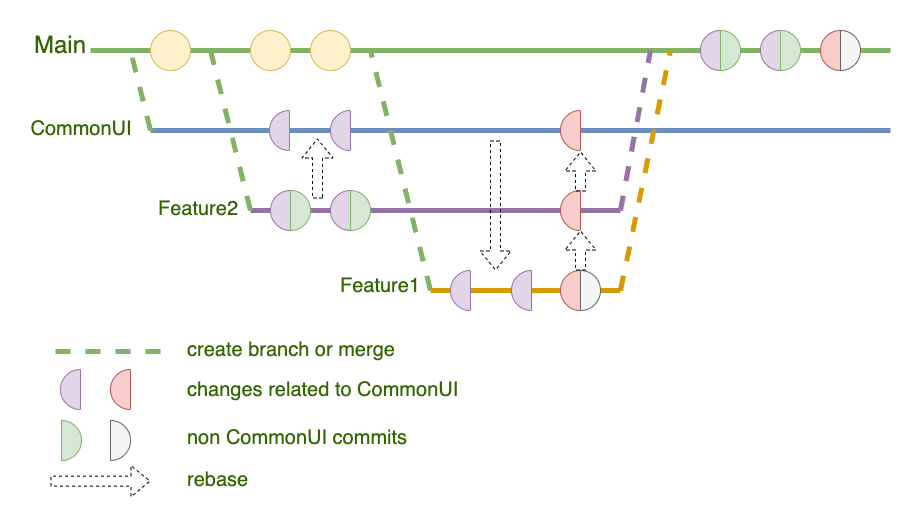
The draw.io diagram assets/images/common-flow-scheme.png in afirthes/afirthes.github.io, before a commit. Source tidied: cells renumbered, new cells last; positions are measured from the earlier drawing's top-left corner, leaving out a move shared by most shapes. Source of this version:
```xml
<mxGraphModel>
  <root>
    <mxCell id="0" />
    <mxCell id="1" parent="0" />
    <mxCell id="2" style="endArrow=none;html=1;rounded=0;fillColor=#d5e8d4;strokeColor=#82b366;strokeWidth=5;startArrow=none;" parent="1" edge="1">
      <mxGeometry relative="1" as="geometry">
        <mxPoint x="420" y="20" as="sourcePoint" />
        <mxPoint x="860" y="20" as="targetPoint" />
      </mxGeometry>
    </mxCell>
    <mxCell id="3" value="Main" style="text;html=1;align=center;verticalAlign=middle;whiteSpace=wrap;rounded=0;fontSize=24;fontStyle=0;fontColor=#336600;" parent="1" vertex="1">
      <mxGeometry width="60" height="30" as="geometry" />
    </mxCell>
    <mxCell id="4" style="endArrow=none;html=1;rounded=0;fillColor=#e1d5e7;strokeColor=#9673a6;strokeWidth=5;" parent="1" edge="1">
      <mxGeometry relative="1" as="geometry">
        <mxPoint x="220" y="180" as="sourcePoint" />
        <mxPoint x="590" y="180" as="targetPoint" />
      </mxGeometry>
    </mxCell>
    <mxCell id="5" style="endArrow=none;html=1;rounded=0;fillColor=#dae8fc;strokeColor=#6c8ebf;strokeWidth=5;startArrow=none;" parent="1" edge="1" source="17">
      <mxGeometry relative="1" as="geometry">
        <mxPoint x="860" y="100" as="targetPoint" />
      </mxGeometry>
    </mxCell>
    <mxCell id="6" style="endArrow=none;html=1;rounded=0;fillColor=#ffe6cc;strokeColor=#d79b00;strokeWidth=5;" parent="1" edge="1">
      <mxGeometry relative="1" as="geometry">
        <mxPoint x="400" y="260" as="sourcePoint" />
        <mxPoint x="590" y="260" as="targetPoint" />
      </mxGeometry>
    </mxCell>
    <mxCell id="7" value="CommonUI" style="text;html=1;align=center;verticalAlign=middle;whiteSpace=wrap;rounded=0;fontSize=20;fontStyle=0;fontColor=#336600;" parent="1" vertex="1">
      <mxGeometry x="21" y="83" width="60" height="30" as="geometry" />
    </mxCell>
    <mxCell id="8" value="Feature2" style="text;html=1;align=center;verticalAlign=middle;whiteSpace=wrap;rounded=0;fontSize=20;fontStyle=0;fontColor=#336600;" parent="1" vertex="1">
      <mxGeometry x="138" y="163" width="60" height="30" as="geometry" />
    </mxCell>
    <mxCell id="9" value="Feature1" style="text;html=1;align=center;verticalAlign=middle;whiteSpace=wrap;rounded=0;fontSize=20;fontStyle=0;fontColor=#336600;" parent="1" vertex="1">
      <mxGeometry x="320" y="240" width="60" height="30" as="geometry" />
    </mxCell>
    <mxCell id="10" style="endArrow=none;html=1;rounded=0;strokeWidth=5;fontSize=24;fontColor=#336600;fillColor=#d5e8d4;strokeColor=#82b366;dashed=1;" parent="1" edge="1">
      <mxGeometry relative="1" as="geometry">
        <mxPoint x="220" y="180" as="sourcePoint" />
        <mxPoint x="180" y="20" as="targetPoint" />
      </mxGeometry>
    </mxCell>
    <mxCell id="11" style="verticalLabelPosition=bottom;verticalAlign=top;html=1;shape=mxgraph.basic.half_circle;fontSize=24;rotation=90;fillColor=#e1d5e7;strokeColor=#9673a6;" parent="1" vertex="1">
      <mxGeometry x="230" y="170" width="40" height="20" as="geometry" />
    </mxCell>
    <mxCell id="12" style="verticalLabelPosition=bottom;verticalAlign=top;html=1;shape=mxgraph.basic.half_circle;strokeColor=#82b366;fontSize=24;rotation=-90;fillColor=#d5e8d4;" parent="1" vertex="1">
      <mxGeometry x="250" y="170" width="40" height="20" as="geometry" />
    </mxCell>
    <mxCell id="13" style="verticalLabelPosition=bottom;verticalAlign=top;html=1;shape=mxgraph.basic.half_circle;fontSize=24;rotation=90;fillColor=#e1d5e7;strokeColor=#9673a6;" parent="1" vertex="1">
      <mxGeometry x="229" y="90" width="40" height="20" as="geometry" />
    </mxCell>
    <mxCell id="14" style="endArrow=none;html=1;rounded=0;fillColor=#dae8fc;strokeColor=#6c8ebf;strokeWidth=5;" parent="1" edge="1" target="13">
      <mxGeometry relative="1" as="geometry">
        <mxPoint x="120" y="100" as="sourcePoint" />
      </mxGeometry>
    </mxCell>
    <mxCell id="15" style="verticalLabelPosition=bottom;verticalAlign=top;html=1;shape=mxgraph.basic.half_circle;fontSize=24;rotation=90;fillColor=#e1d5e7;strokeColor=#9673a6;" parent="1" vertex="1">
      <mxGeometry x="290" y="170" width="40" height="20" as="geometry" />
    </mxCell>
    <mxCell id="16" style="verticalLabelPosition=bottom;verticalAlign=top;html=1;shape=mxgraph.basic.half_circle;strokeColor=#82b366;fontSize=24;rotation=-90;fillColor=#d5e8d4;" parent="1" vertex="1">
      <mxGeometry x="310" y="170" width="40" height="20" as="geometry" />
    </mxCell>
    <mxCell id="17" style="verticalLabelPosition=bottom;verticalAlign=top;html=1;shape=mxgraph.basic.half_circle;fontSize=24;rotation=90;fillColor=#e1d5e7;strokeColor=#9673a6;" parent="1" vertex="1">
      <mxGeometry x="290" y="90" width="40" height="20" as="geometry" />
    </mxCell>
    <mxCell id="18" style="endArrow=none;html=1;rounded=0;fillColor=#dae8fc;strokeColor=#6c8ebf;strokeWidth=5;startArrow=none;" parent="1" edge="1" source="13" target="17">
      <mxGeometry relative="1" as="geometry" />
    </mxCell>
    <mxCell id="19" style="endArrow=none;html=1;rounded=0;fillColor=#d5e8d4;strokeColor=#82b366;strokeWidth=5;startArrow=none;" parent="1" edge="1">
      <mxGeometry relative="1" as="geometry">
        <mxPoint x="60" y="20" as="sourcePoint" />
        <mxPoint x="422" y="20" as="targetPoint" />
      </mxGeometry>
    </mxCell>
    <mxCell id="20" style="ellipse;whiteSpace=wrap;html=1;fontSize=24;fillColor=#fff2cc;strokeColor=#d6b656;" parent="1" vertex="1">
      <mxGeometry x="280" width="40" height="40" as="geometry" />
    </mxCell>
    <mxCell id="21" style="ellipse;whiteSpace=wrap;html=1;fontSize=24;fillColor=#fff2cc;strokeColor=#d6b656;" parent="1" vertex="1">
      <mxGeometry x="220" width="40" height="40" as="geometry" />
    </mxCell>
    <mxCell id="22" style="endArrow=none;html=1;rounded=0;strokeWidth=5;fontSize=24;fontColor=#336600;fillColor=#d5e8d4;strokeColor=#82b366;dashed=1;" parent="1" edge="1">
      <mxGeometry relative="1" as="geometry">
        <mxPoint x="400" y="260" as="sourcePoint" />
        <mxPoint x="340" y="20" as="targetPoint" />
      </mxGeometry>
    </mxCell>
    <mxCell id="23" style="ellipse;whiteSpace=wrap;html=1;fontSize=24;fillColor=#fff2cc;strokeColor=#d6b656;" parent="1" vertex="1">
      <mxGeometry x="120" width="40" height="40" as="geometry" />
    </mxCell>
    <mxCell id="24" style="endArrow=none;html=1;rounded=0;strokeWidth=5;fontSize=24;fontColor=#336600;fillColor=#d5e8d4;strokeColor=#82b366;dashed=1;" parent="1" edge="1">
      <mxGeometry relative="1" as="geometry">
        <mxPoint x="120" y="100" as="sourcePoint" />
        <mxPoint x="100" y="20" as="targetPoint" />
      </mxGeometry>
    </mxCell>
    <mxCell id="25" style="shape=flexArrow;endArrow=classic;html=1;rounded=0;dashed=1;strokeWidth=1;fontSize=20;fontColor=#336600;" parent="1" edge="1">
      <mxGeometry relative="1" as="geometry">
        <mxPoint x="287" y="168" as="sourcePoint" />
        <mxPoint x="287" y="108" as="targetPoint" />
      </mxGeometry>
    </mxCell>
    <mxCell id="26" style="shape=flexArrow;endArrow=classic;html=1;rounded=0;dashed=1;strokeWidth=1;fontSize=20;fontColor=#336600;" parent="1" edge="1">
      <mxGeometry relative="1" as="geometry">
        <mxPoint x="465" y="110" as="sourcePoint" />
        <mxPoint x="465" y="240" as="targetPoint" />
      </mxGeometry>
    </mxCell>
    <mxCell id="27" style="verticalLabelPosition=bottom;verticalAlign=top;html=1;shape=mxgraph.basic.half_circle;fontSize=24;rotation=90;fillColor=#e1d5e7;strokeColor=#9673a6;" parent="1" vertex="1">
      <mxGeometry x="410" y="250" width="40" height="20" as="geometry" />
    </mxCell>
    <mxCell id="28" style="verticalLabelPosition=bottom;verticalAlign=top;html=1;shape=mxgraph.basic.half_circle;fontSize=24;rotation=90;fillColor=#e1d5e7;strokeColor=#9673a6;" parent="1" vertex="1">
      <mxGeometry x="471" y="250" width="40" height="20" as="geometry" />
    </mxCell>
    <mxCell id="29" style="verticalLabelPosition=bottom;verticalAlign=top;html=1;shape=mxgraph.basic.half_circle;fontSize=24;rotation=90;fillColor=#f8cecc;strokeColor=#b85450;" parent="1" vertex="1">
      <mxGeometry x="520" y="250" width="40" height="20" as="geometry" />
    </mxCell>
    <mxCell id="30" style="verticalLabelPosition=bottom;verticalAlign=top;html=1;shape=mxgraph.basic.half_circle;strokeColor=#666666;fontSize=24;rotation=-90;fillColor=#f5f5f5;fontColor=#333333;" parent="1" vertex="1">
      <mxGeometry x="540" y="250" width="40" height="20" as="geometry" />
    </mxCell>
    <mxCell id="31" style="verticalLabelPosition=bottom;verticalAlign=top;html=1;shape=mxgraph.basic.half_circle;fontSize=24;rotation=90;fillColor=#f8cecc;strokeColor=#b85450;" parent="1" vertex="1">
      <mxGeometry x="520" y="170" width="40" height="20" as="geometry" />
    </mxCell>
    <mxCell id="32" style="shape=flexArrow;endArrow=classic;html=1;rounded=0;dashed=1;strokeWidth=1;fontSize=20;fontColor=#336600;exitX=1;exitY=0;exitDx=0;exitDy=0;exitPerimeter=0;" parent="1" edge="1" source="30">
      <mxGeometry relative="1" as="geometry">
        <mxPoint x="550" y="200" as="targetPoint" />
      </mxGeometry>
    </mxCell>
    <mxCell id="33" style="shape=flexArrow;endArrow=classic;html=1;rounded=0;dashed=1;strokeWidth=1;fontSize=20;fontColor=#336600;exitX=1;exitY=0;exitDx=0;exitDy=0;exitPerimeter=0;" parent="1" edge="1">
      <mxGeometry relative="1" as="geometry">
        <mxPoint x="550" y="161" as="sourcePoint" />
        <mxPoint x="550" y="121" as="targetPoint" />
      </mxGeometry>
    </mxCell>
    <mxCell id="34" style="verticalLabelPosition=bottom;verticalAlign=top;html=1;shape=mxgraph.basic.half_circle;fontSize=24;rotation=90;fillColor=#f8cecc;strokeColor=#b85450;" parent="1" vertex="1">
      <mxGeometry x="520" y="90" width="40" height="20" as="geometry" />
    </mxCell>
    <mxCell id="35" style="endArrow=none;html=1;rounded=0;strokeWidth=5;fontSize=24;fontColor=#336600;fillColor=#ffe6cc;strokeColor=#d79b00;dashed=1;" parent="1" edge="1">
      <mxGeometry relative="1" as="geometry">
        <mxPoint x="590" y="260" as="sourcePoint" />
        <mxPoint x="640" y="20" as="targetPoint" />
      </mxGeometry>
    </mxCell>
    <mxCell id="36" style="endArrow=none;html=1;rounded=0;strokeWidth=5;fontSize=24;fontColor=#336600;fillColor=#e1d5e7;strokeColor=#9673a6;dashed=1;" parent="1" edge="1">
      <mxGeometry relative="1" as="geometry">
        <mxPoint x="590" y="180" as="sourcePoint" />
        <mxPoint x="620" y="20" as="targetPoint" />
      </mxGeometry>
    </mxCell>
    <mxCell id="37" style="verticalLabelPosition=bottom;verticalAlign=top;html=1;shape=mxgraph.basic.half_circle;fontSize=24;rotation=90;fillColor=#e1d5e7;strokeColor=#9673a6;" parent="1" vertex="1">
      <mxGeometry x="660" y="10" width="40" height="20" as="geometry" />
    </mxCell>
    <mxCell id="38" style="verticalLabelPosition=bottom;verticalAlign=top;html=1;shape=mxgraph.basic.half_circle;strokeColor=#82b366;fontSize=24;rotation=-90;fillColor=#d5e8d4;" parent="1" vertex="1">
      <mxGeometry x="680" y="10" width="40" height="20" as="geometry" />
    </mxCell>
    <mxCell id="39" style="verticalLabelPosition=bottom;verticalAlign=top;html=1;shape=mxgraph.basic.half_circle;fontSize=24;rotation=90;fillColor=#e1d5e7;strokeColor=#9673a6;" parent="1" vertex="1">
      <mxGeometry x="720" y="10" width="40" height="20" as="geometry" />
    </mxCell>
    <mxCell id="40" style="verticalLabelPosition=bottom;verticalAlign=top;html=1;shape=mxgraph.basic.half_circle;strokeColor=#82b366;fontSize=24;rotation=-90;fillColor=#d5e8d4;" parent="1" vertex="1">
      <mxGeometry x="740" y="10" width="40" height="20" as="geometry" />
    </mxCell>
    <mxCell id="41" style="verticalLabelPosition=bottom;verticalAlign=top;html=1;shape=mxgraph.basic.half_circle;fontSize=24;rotation=90;fillColor=#f8cecc;strokeColor=#b85450;" parent="1" vertex="1">
      <mxGeometry x="780" y="10" width="40" height="20" as="geometry" />
    </mxCell>
    <mxCell id="42" style="verticalLabelPosition=bottom;verticalAlign=top;html=1;shape=mxgraph.basic.half_circle;strokeColor=#666666;fontSize=24;rotation=-90;fillColor=#f5f5f5;fontColor=#333333;" parent="1" vertex="1">
      <mxGeometry x="800" y="10" width="40" height="20" as="geometry" />
    </mxCell>
    <mxCell id="43" style="endArrow=none;html=1;rounded=0;strokeWidth=5;fontSize=24;fontColor=#336600;fillColor=#d5e8d4;strokeColor=#82b366;dashed=1;" parent="1" edge="1">
      <mxGeometry relative="1" as="geometry">
        <mxPoint x="130" y="321" as="sourcePoint" />
        <mxPoint x="10" y="321" as="targetPoint" />
      </mxGeometry>
    </mxCell>
    <mxCell id="44" value="create branch or merge" style="text;html=1;align=left;verticalAlign=middle;whiteSpace=wrap;rounded=0;fontSize=20;fontStyle=0;fontColor=#336600;" parent="1" vertex="1">
      <mxGeometry x="155" y="304" width="265" height="30" as="geometry" />
    </mxCell>
    <mxCell id="45" value="changes related to CommonUI" style="text;html=1;align=left;verticalAlign=middle;whiteSpace=wrap;rounded=0;fontSize=20;fontStyle=0;fontColor=#336600;" parent="1" vertex="1">
      <mxGeometry x="155" y="344" width="315" height="30" as="geometry" />
    </mxCell>
    <mxCell id="46" value="non CommonUI commits" style="text;html=1;align=left;verticalAlign=middle;whiteSpace=wrap;rounded=0;fontSize=20;fontStyle=0;fontColor=#336600;" parent="1" vertex="1">
      <mxGeometry x="155" y="392" width="265" height="30" as="geometry" />
    </mxCell>
    <mxCell id="47" style="verticalLabelPosition=bottom;verticalAlign=top;html=1;shape=mxgraph.basic.half_circle;fontSize=24;rotation=90;fillColor=#e1d5e7;strokeColor=#9673a6;" parent="1" vertex="1">
      <mxGeometry x="20" y="349" width="40" height="20" as="geometry" />
    </mxCell>
    <mxCell id="48" style="verticalLabelPosition=bottom;verticalAlign=top;html=1;shape=mxgraph.basic.half_circle;fontSize=24;rotation=90;fillColor=#f8cecc;strokeColor=#b85450;" parent="1" vertex="1">
      <mxGeometry x="70" y="349" width="40" height="20" as="geometry" />
    </mxCell>
    <mxCell id="49" style="verticalLabelPosition=bottom;verticalAlign=top;html=1;shape=mxgraph.basic.half_circle;strokeColor=#82b366;fontSize=24;rotation=-90;fillColor=#d5e8d4;" parent="1" vertex="1">
      <mxGeometry x="21" y="400" width="40" height="20" as="geometry" />
    </mxCell>
    <mxCell id="50" style="verticalLabelPosition=bottom;verticalAlign=top;html=1;shape=mxgraph.basic.half_circle;strokeColor=#666666;fontSize=24;rotation=-90;fillColor=#f5f5f5;fontColor=#333333;" parent="1" vertex="1">
      <mxGeometry x="70" y="400" width="40" height="20" as="geometry" />
    </mxCell>
    <mxCell id="51" style="shape=flexArrow;endArrow=classic;html=1;rounded=0;dashed=1;strokeWidth=1;fontSize=20;fontColor=#336600;" parent="1" edge="1">
      <mxGeometry relative="1" as="geometry">
        <mxPoint x="20" y="450.7" as="sourcePoint" />
        <mxPoint x="120" y="450.7" as="targetPoint" />
      </mxGeometry>
    </mxCell>
    <mxCell id="52" value="rebase" style="text;html=1;align=left;verticalAlign=middle;whiteSpace=wrap;rounded=0;fontSize=20;fontStyle=0;fontColor=#336600;" parent="1" vertex="1">
      <mxGeometry x="155" y="434" width="265" height="30" as="geometry" />
    </mxCell>
  </root>
</mxGraphModel>
```
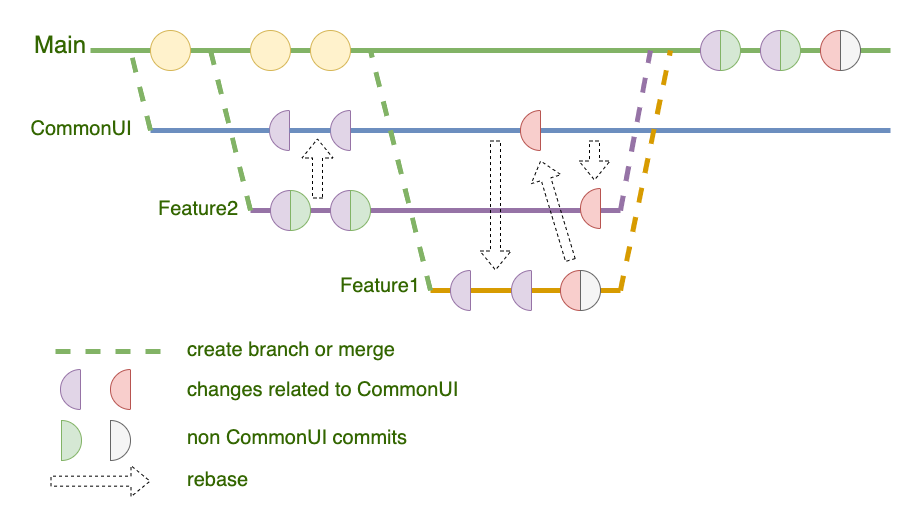
Above is the later version.

Commit message:
Common sync article

What changed in the source:
```diff
@@ -120,22 +120,14 @@
     <mxCell id="30" style="verticalLabelPosition=bottom;verticalAlign=top;html=1;shape=mxgraph.basic.half_circle;strokeColor=#666666;fontSize=24;rotation=-90;fillColor=#f5f5f5;fontColor=#333333;" parent="1" vertex="1">
       <mxGeometry x="540" y="250" width="40" height="20" as="geometry" />
     </mxCell>
-    <mxCell id="31" style="verticalLabelPosition=bottom;verticalAlign=top;html=1;shape=mxgraph.basic.half_circle;fontSize=24;rotation=90;fillColor=#f8cecc;strokeColor=#b85450;" parent="1" vertex="1">
-      <mxGeometry x="520" y="170" width="40" height="20" as="geometry" />
-    </mxCell>
-    <mxCell id="32" style="shape=flexArrow;endArrow=classic;html=1;rounded=0;dashed=1;strokeWidth=1;fontSize=20;fontColor=#336600;exitX=1;exitY=0;exitDx=0;exitDy=0;exitPerimeter=0;" parent="1" edge="1" source="30">
-      <mxGeometry relative="1" as="geometry">
-        <mxPoint x="550" y="200" as="targetPoint" />
-      </mxGeometry>
-    </mxCell>
-    <mxCell id="33" style="shape=flexArrow;endArrow=classic;html=1;rounded=0;dashed=1;strokeWidth=1;fontSize=20;fontColor=#336600;exitX=1;exitY=0;exitDx=0;exitDy=0;exitPerimeter=0;" parent="1" edge="1">
+    <mxCell id="33" style="shape=flexArrow;endArrow=classic;html=1;rounded=0;dashed=1;strokeWidth=1;fontSize=20;fontColor=#336600;" parent="1" edge="1">
       <mxGeometry relative="1" as="geometry">
-        <mxPoint x="550" y="161" as="sourcePoint" />
-        <mxPoint x="550" y="121" as="targetPoint" />
+        <mxPoint x="540" y="230" as="sourcePoint" />
+        <mxPoint x="510" y="130" as="targetPoint" />
       </mxGeometry>
     </mxCell>
     <mxCell id="34" style="verticalLabelPosition=bottom;verticalAlign=top;html=1;shape=mxgraph.basic.half_circle;fontSize=24;rotation=90;fillColor=#f8cecc;strokeColor=#b85450;" parent="1" vertex="1">
-      <mxGeometry x="520" y="90" width="40" height="20" as="geometry" />
+      <mxGeometry x="480" y="90" width="40" height="20" as="geometry" />
     </mxCell>
     <mxCell id="35" style="endArrow=none;html=1;rounded=0;strokeWidth=5;fontSize=24;fontColor=#336600;fillColor=#ffe6cc;strokeColor=#d79b00;dashed=1;" parent="1" edge="1">
       <mxGeometry relative="1" as="geometry">
@@ -203,5 +195,14 @@
     <mxCell id="52" value="rebase" style="text;html=1;align=left;verticalAlign=middle;whiteSpace=wrap;rounded=0;fontSize=20;fontStyle=0;fontColor=#336600;" parent="1" vertex="1">
       <mxGeometry x="155" y="434" width="265" height="30" as="geometry" />
     </mxCell>
+    <mxCell id="53" style="verticalLabelPosition=bottom;verticalAlign=top;html=1;shape=mxgraph.basic.half_circle;fontSize=24;rotation=90;fillColor=#f8cecc;strokeColor=#b85450;" parent="1" vertex="1">
+      <mxGeometry x="540" y="168" width="40" height="20" as="geometry" />
+    </mxCell>
+    <mxCell id="54" style="shape=flexArrow;endArrow=classic;html=1;rounded=0;dashed=1;strokeWidth=1;fontSize=20;fontColor=#336600;" parent="1" edge="1">
+      <mxGeometry relative="1" as="geometry">
+        <mxPoint x="564" y="110" as="sourcePoint" />
+        <mxPoint x="564" y="150" as="targetPoint" />
+      </mxGeometry>
+    </mxCell>
   </root>
 </mxGraphModel>
```
